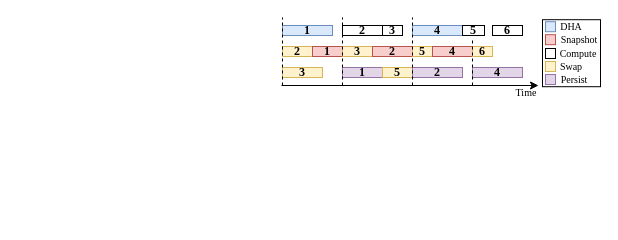
icszhr/NCheck keeps this draw.io diagram as fig/pipeline3.drawio. Above is the earlier version. Source tidied: cells renumbered, new cells numbered last; positions are measured from the earlier drawing's top-left corner, leaving out a move shared by most shapes. Both pictures are drawn from the tidied source at 100%, with x=0, y=0 at pixel (281, 17).
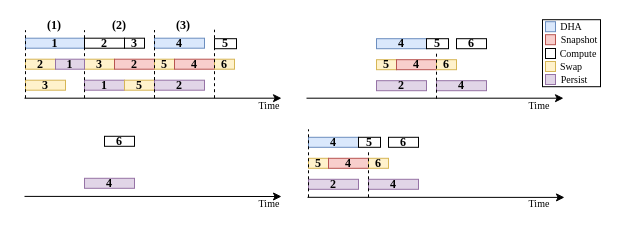
The same diagram, later.

The edit, as a diff of the source:
```diff
@@
     <mxCell id="3" value="1" style="whiteSpace=wrap;fillColor=#dae8fc;fontSize=12;fillStyle=auto;strokeWidth=1;strokeColor=#6c8ebf;fontFamily=Times New Roman;fontStyle=1;" parent="1" vertex="1">
-      <mxGeometry x="1" y="8" width="50" height="10" as="geometry" />
+      <mxGeometry x="-256" y="20.7" width="59" height="10" as="geometry" />
     </mxCell>
-    <mxCell id="4" value="2" style="whiteSpace=wrap;fontSize=12;fontFamily=Times New Roman;fontStyle=1;" parent="1" vertex="1">
-      <mxGeometry x="61" y="8" width="40" height="10" as="geometry" />
-    </mxCell>
-    <mxCell id="5" value="4" style="whiteSpace=wrap;fillColor=#dae8fc;fontSize=12;fontFamily=Times New Roman;fontStyle=1;strokeColor=#6c8ebf;" parent="1" vertex="1">
-      <mxGeometry x="131" y="8" width="50" height="10" as="geometry" />
-    </mxCell>
     <mxCell id="6" value="2" style="whiteSpace=wrap;fillColor=#fff2cc;fontSize=12;fontFamily=Times New Roman;fontStyle=1;strokeColor=#d6b656;" parent="1" vertex="1">
-      <mxGeometry x="1" y="29" width="30" height="10" as="geometry" />
+      <mxGeometry x="-256" y="41.7" width="30" height="10" as="geometry" />
     </mxCell>
-    <mxCell id="7" value="1" style="whiteSpace=wrap;fillColor=#f8cecc;fontSize=12;fontFamily=Times New Roman;fontStyle=1;strokeColor=#b85450;" parent="1" vertex="1">
-      <mxGeometry x="31" y="29" width="30" height="10" as="geometry" />
-    </mxCell>
@@
-    <mxCell id="10" value="3" style="whiteSpace=wrap;fillColor=#fff2cc;fontSize=12;fontFamily=Times New Roman;fontStyle=1;strokeColor=#d6b656;" parent="1" vertex="1">
-      <mxGeometry x="61" y="29" width="30" height="10" as="geometry" />
-    </mxCell>
-    <mxCell id="11" value="1" style="whiteSpace=wrap;fillColor=#e1d5e7;fontSize=12;fontFamily=Times New Roman;fontStyle=1;strokeColor=#9673a6;" parent="1" vertex="1">
-      <mxGeometry x="61" y="50" width="40" height="10" as="geometry" />
-    </mxCell>
-    <mxCell id="12" value="3" style="whiteSpace=wrap;fontSize=12;fontFamily=Times New Roman;fontStyle=1;" parent="1" vertex="1">
-      <mxGeometry x="101" y="8" width="20" height="10" as="geometry" />
-    </mxCell>
-    <mxCell id="13" value="2" style="whiteSpace=wrap;fillColor=#f8cecc;fontSize=12;fontFamily=Times New Roman;fontStyle=1;strokeColor=#b85450;" parent="1" vertex="1">
-      <mxGeometry x="91" y="29" width="40" height="10" as="geometry" />
-    </mxCell>
@@
-    <mxCell id="16" value="5" style="whiteSpace=wrap;fillColor=#fff2cc;fontSize=12;fontFamily=Times New Roman;fontStyle=1;strokeColor=#d6b656;" parent="1" vertex="1">
-      <mxGeometry x="101" y="50" width="30" height="10" as="geometry" />
-    </mxCell>
     <mxCell id="17" value="3" style="whiteSpace=wrap;fillColor=#fff2cc;fontSize=12;fontFamily=Times New Roman;fontStyle=1;strokeColor=#d6b656;" parent="1" vertex="1">
-      <mxGeometry x="1" y="50" width="40" height="10" as="geometry" />
+      <mxGeometry x="-256" y="62.7" width="40" height="10" as="geometry" />
     </mxCell>
-    <mxCell id="18" value="2" style="whiteSpace=wrap;fillColor=#e1d5e7;fontSize=12;fontFamily=Times New Roman;fontStyle=1;strokeColor=#9673a6;" parent="1" vertex="1">
-      <mxGeometry x="131" y="50" width="50" height="10" as="geometry" />
-    </mxCell>
-    <mxCell id="19" value="5" style="whiteSpace=wrap;fillColor=#fff2cc;fontSize=12;fontFamily=Times New Roman;fontStyle=1;strokeColor=#d6b656;" parent="1" vertex="1">
-      <mxGeometry x="131" y="29" width="20" height="10" as="geometry" />
-    </mxCell>
-    <mxCell id="20" value="4" style="whiteSpace=wrap;fillColor=#f8cecc;fontSize=12;fontFamily=Times New Roman;fontStyle=1;strokeColor=#b85450;" parent="1" vertex="1">
-      <mxGeometry x="151" y="29" width="40" height="10" as="geometry" />
-    </mxCell>
     <mxCell id="21" style="endArrow=classic;html=1;rounded=0;" parent="1" edge="1">
       <mxGeometry relative="1" as="geometry">
-        <mxPoint y="68" as="sourcePoint" />
-        <mxPoint x="257" y="68" as="targetPoint" />
+        <mxPoint x="-257" y="80.7" as="sourcePoint" />
+        <mxPoint y="80.7" as="targetPoint" />
       </mxGeometry>
     </mxCell>
     <mxCell id="22" value="&lt;p style=&quot;line-height: 100%;&quot;&gt;&lt;font style=&quot;font-size: 10px;&quot;&gt;Time&lt;/font&gt;&lt;/p&gt;" style="text;html=1;align=center;verticalAlign=middle;whiteSpace=wrap;rounded=0;fontFamily=Times New Roman;" parent="1" vertex="1">
-      <mxGeometry x="220" y="70.2" width="50" height="10" as="geometry" />
+      <mxGeometry x="-37" y="83" width="50" height="10" as="geometry" />
     </mxCell>
@@
-    <mxCell id="29" style="endArrow=none;html=1;rounded=0;dashed=1;" parent="1" edge="1">
-      <mxGeometry relative="1" as="geometry">
-        <mxPoint x="61" y="68" as="sourcePoint" />
-        <mxPoint x="61" as="targetPoint" />
-      </mxGeometry>
-    </mxCell>
-    <mxCell id="30" style="endArrow=none;html=1;rounded=0;dashed=1;" parent="1" edge="1">
-      <mxGeometry relative="1" as="geometry">
-        <mxPoint x="131" y="68" as="sourcePoint" />
-        <mxPoint x="131" as="targetPoint" />
-      </mxGeometry>
-    </mxCell>
-    <mxCell id="31" value="4" style="whiteSpace=wrap;fillColor=#e1d5e7;fontSize=12;fontFamily=Times New Roman;fontStyle=1;strokeColor=#9673a6;" parent="1" vertex="1">
-      <mxGeometry x="191" y="50" width="50" height="10" as="geometry" />
-    </mxCell>
-    <mxCell id="32" value="5" style="whiteSpace=wrap;fontSize=12;fontFamily=Times New Roman;fontStyle=1;" parent="1" vertex="1">
-      <mxGeometry x="181" y="8" width="22" height="10" as="geometry" />
-    </mxCell>
-    <mxCell id="33" value="6" style="whiteSpace=wrap;fillColor=#fff2cc;fontSize=12;fontFamily=Times New Roman;fontStyle=1;strokeColor=#d6b656;" parent="1" vertex="1">
-      <mxGeometry x="191" y="29" width="20" height="10" as="geometry" />
-    </mxCell>
-    <mxCell id="34" value="6" style="whiteSpace=wrap;fontSize=12;fontFamily=Times New Roman;fontStyle=1;" parent="1" vertex="1">
-      <mxGeometry x="211" y="8" width="30" height="10" as="geometry" />
-    </mxCell>
-    <mxCell id="35" style="endArrow=none;html=1;rounded=0;dashed=1;" parent="1" edge="1">
-      <mxGeometry relative="1" as="geometry">
-        <mxPoint x="191" y="68" as="sourcePoint" />
-        <mxPoint x="191" y="23" as="targetPoint" />
-      </mxGeometry>
-    </mxCell>
     <mxCell id="36" style="endArrow=none;html=1;rounded=0;dashed=1;" parent="1" edge="1">
       <mxGeometry relative="1" as="geometry">
-        <mxPoint x="1" y="68" as="sourcePoint" />
-        <mxPoint x="1" as="targetPoint" />
+        <mxPoint x="-256" y="80.7" as="sourcePoint" />
+        <mxPoint x="-256" y="12.7" as="targetPoint" />
       </mxGeometry>
     </mxCell>
+    <mxCell id="4" value="2" style="whiteSpace=wrap;fontSize=12;fontFamily=Times New Roman;fontStyle=1;" parent="1" vertex="1">
+      <mxGeometry x="-197" y="20.7" width="40" height="10" as="geometry" />
+    </mxCell>
+    <mxCell id="37" value="4" style="whiteSpace=wrap;fillColor=#dae8fc;fontSize=12;fontFamily=Times New Roman;fontStyle=1;strokeColor=#6c8ebf;" parent="1" vertex="1">
+      <mxGeometry x="95" y="21.2" width="50" height="10" as="geometry" />
+    </mxCell>
+    <mxCell id="10" value="3" style="whiteSpace=wrap;fillColor=#fff2cc;fontSize=12;fontFamily=Times New Roman;fontStyle=1;strokeColor=#d6b656;" parent="1" vertex="1">
+      <mxGeometry x="-197" y="41.7" width="30" height="10" as="geometry" />
+    </mxCell>
+    <mxCell id="38" value="1" style="whiteSpace=wrap;fillColor=#e1d5e7;fontSize=12;fontFamily=Times New Roman;fontStyle=1;strokeColor=#9673a6;" parent="1" vertex="1">
+      <mxGeometry x="-197" y="62.7" width="40" height="10" as="geometry" />
+    </mxCell>
+    <mxCell id="12" value="3" style="whiteSpace=wrap;fontSize=12;fontFamily=Times New Roman;fontStyle=1;" parent="1" vertex="1">
+      <mxGeometry x="-157" y="20.7" width="20" height="10" as="geometry" />
+    </mxCell>
+    <mxCell id="13" value="2" style="whiteSpace=wrap;fillColor=#f8cecc;fontSize=12;fontFamily=Times New Roman;fontStyle=1;strokeColor=#b85450;" parent="1" vertex="1">
+      <mxGeometry x="-167" y="41.7" width="40" height="10" as="geometry" />
+    </mxCell>
+    <mxCell id="39" value="5" style="whiteSpace=wrap;fillColor=#fff2cc;fontSize=12;fontFamily=Times New Roman;fontStyle=1;strokeColor=#d6b656;" parent="1" vertex="1">
+      <mxGeometry x="-157" y="62.7" width="30" height="10" as="geometry" />
+    </mxCell>
+    <mxCell id="40" value="2" style="whiteSpace=wrap;fillColor=#e1d5e7;fontSize=12;fontFamily=Times New Roman;fontStyle=1;strokeColor=#9673a6;" parent="1" vertex="1">
+      <mxGeometry x="95" y="63.2" width="50" height="10" as="geometry" />
+    </mxCell>
+    <mxCell id="41" value="5" style="whiteSpace=wrap;fillColor=#fff2cc;fontSize=12;fontFamily=Times New Roman;fontStyle=1;strokeColor=#d6b656;" parent="1" vertex="1">
+      <mxGeometry x="95" y="42.2" width="20" height="10" as="geometry" />
+    </mxCell>
+    <mxCell id="42" value="4" style="whiteSpace=wrap;fillColor=#f8cecc;fontSize=12;fontFamily=Times New Roman;fontStyle=1;strokeColor=#b85450;" parent="1" vertex="1">
+      <mxGeometry x="115" y="42.2" width="40" height="10" as="geometry" />
+    </mxCell>
+    <mxCell id="43" style="endArrow=none;html=1;rounded=0;dashed=1;" parent="1" edge="1">
+      <mxGeometry relative="1" as="geometry">
+        <mxPoint x="-197" y="80.7" as="sourcePoint" />
+        <mxPoint x="-197" y="12.7" as="targetPoint" />
+      </mxGeometry>
+    </mxCell>
+    <mxCell id="44" style="endArrow=none;html=1;rounded=0;dashed=1;" parent="1" edge="1">
+      <mxGeometry relative="1" as="geometry">
+        <mxPoint x="-127" y="80.7" as="sourcePoint" />
+        <mxPoint x="-127" y="12.7" as="targetPoint" />
+      </mxGeometry>
+    </mxCell>
+    <mxCell id="45" value="4" style="whiteSpace=wrap;fillColor=#e1d5e7;fontSize=12;fontFamily=Times New Roman;fontStyle=1;strokeColor=#9673a6;" parent="1" vertex="1">
+      <mxGeometry x="155" y="63.2" width="50" height="10" as="geometry" />
+    </mxCell>
+    <mxCell id="46" value="5" style="whiteSpace=wrap;fontSize=12;fontFamily=Times New Roman;fontStyle=1;" parent="1" vertex="1">
+      <mxGeometry x="145" y="21.2" width="22" height="10" as="geometry" />
+    </mxCell>
+    <mxCell id="47" value="6" style="whiteSpace=wrap;fillColor=#fff2cc;fontSize=12;fontFamily=Times New Roman;fontStyle=1;strokeColor=#d6b656;" parent="1" vertex="1">
+      <mxGeometry x="155" y="42.2" width="20" height="10" as="geometry" />
+    </mxCell>
+    <mxCell id="48" value="6" style="whiteSpace=wrap;fontSize=12;fontFamily=Times New Roman;fontStyle=1;" parent="1" vertex="1">
+      <mxGeometry x="175" y="21.2" width="30" height="10" as="geometry" />
+    </mxCell>
+    <mxCell id="49" style="endArrow=none;html=1;rounded=0;dashed=1;" parent="1" edge="1">
+      <mxGeometry relative="1" as="geometry">
+        <mxPoint x="155" y="81.2" as="sourcePoint" />
+        <mxPoint x="155" y="36.2" as="targetPoint" />
+      </mxGeometry>
+    </mxCell>
+    <mxCell id="50" style="endArrow=classic;html=1;rounded=0;" parent="1" edge="1">
+      <mxGeometry relative="1" as="geometry">
+        <mxPoint x="-257" y="178.9" as="sourcePoint" />
+        <mxPoint y="179" as="targetPoint" />
+      </mxGeometry>
+    </mxCell>
+    <mxCell id="51" value="&lt;p style=&quot;line-height: 100%;&quot;&gt;&lt;font style=&quot;font-size: 10px;&quot;&gt;Time&lt;/font&gt;&lt;/p&gt;" style="text;html=1;align=center;verticalAlign=middle;whiteSpace=wrap;rounded=0;fontFamily=Times New Roman;" parent="1" vertex="1">
+      <mxGeometry x="-37" y="181.2" width="50" height="10" as="geometry" />
+    </mxCell>
+    <mxCell id="52" value="4" style="whiteSpace=wrap;fillColor=#dae8fc;fontSize=12;fontFamily=Times New Roman;fontStyle=1;strokeColor=#6c8ebf;" parent="1" vertex="1">
+      <mxGeometry x="-127" y="20.7" width="50" height="10" as="geometry" />
+    </mxCell>
+    <mxCell id="53" value="2" style="whiteSpace=wrap;fillColor=#e1d5e7;fontSize=12;fontFamily=Times New Roman;fontStyle=1;strokeColor=#9673a6;" parent="1" vertex="1">
+      <mxGeometry x="-127" y="62.7" width="50" height="10" as="geometry" />
+    </mxCell>
+    <mxCell id="54" value="5" style="whiteSpace=wrap;fillColor=#fff2cc;fontSize=12;fontFamily=Times New Roman;fontStyle=1;strokeColor=#d6b656;" parent="1" vertex="1">
+      <mxGeometry x="-127" y="41.7" width="20" height="10" as="geometry" />
+    </mxCell>
+    <mxCell id="55" value="4" style="whiteSpace=wrap;fillColor=#f8cecc;fontSize=12;fontFamily=Times New Roman;fontStyle=1;strokeColor=#b85450;" parent="1" vertex="1">
+      <mxGeometry x="-107" y="41.7" width="40" height="10" as="geometry" />
+    </mxCell>
+    <mxCell id="56" value="&lt;p style=&quot;line-height: 100%;&quot;&gt;&lt;font style=&quot;font-size: 10px;&quot;&gt;Time&lt;/font&gt;&lt;/p&gt;" style="text;html=1;align=center;verticalAlign=middle;whiteSpace=wrap;rounded=0;fontFamily=Times New Roman;" parent="1" vertex="1">
+      <mxGeometry x="233" y="83" width="50" height="10" as="geometry" />
+    </mxCell>
+    <mxCell id="57" style="endArrow=none;html=1;rounded=0;dashed=1;" parent="1" edge="1">
+      <mxGeometry relative="1" as="geometry">
+        <mxPoint x="-127" y="80.7" as="sourcePoint" />
+        <mxPoint x="-127" y="12.7" as="targetPoint" />
+      </mxGeometry>
+    </mxCell>
+    <mxCell id="58" value="4" style="whiteSpace=wrap;fillColor=#e1d5e7;fontSize=12;fontFamily=Times New Roman;fontStyle=1;strokeColor=#9673a6;" parent="1" vertex="1">
+      <mxGeometry x="-197" y="160.8" width="50" height="10" as="geometry" />
+    </mxCell>
+    <mxCell id="59" value="5" style="whiteSpace=wrap;fontSize=12;fontFamily=Times New Roman;fontStyle=1;" parent="1" vertex="1">
+      <mxGeometry x="-67" y="21.2" width="22" height="10" as="geometry" />
+    </mxCell>
+    <mxCell id="60" value="6" style="whiteSpace=wrap;fillColor=#fff2cc;fontSize=12;fontFamily=Times New Roman;fontStyle=1;strokeColor=#d6b656;" parent="1" vertex="1">
+      <mxGeometry x="-67" y="41.7" width="20" height="10" as="geometry" />
+    </mxCell>
+    <mxCell id="61" value="6" style="whiteSpace=wrap;fontSize=12;fontFamily=Times New Roman;fontStyle=1;" parent="1" vertex="1">
+      <mxGeometry x="-177" y="118.8" width="30" height="10" as="geometry" />
+    </mxCell>
+    <mxCell id="62" style="endArrow=none;html=1;rounded=0;dashed=1;" parent="1" edge="1">
+      <mxGeometry relative="1" as="geometry">
+        <mxPoint x="-67" y="80.7" as="sourcePoint" />
+        <mxPoint x="-67" y="12.2" as="targetPoint" />
+      </mxGeometry>
+    </mxCell>
+    <mxCell id="63" style="endArrow=classic;html=1;rounded=0;" parent="1" edge="1">
+      <mxGeometry relative="1" as="geometry">
+        <mxPoint x="25" y="80.7" as="sourcePoint" />
+        <mxPoint x="282" y="80.7" as="targetPoint" />
+      </mxGeometry>
+    </mxCell>
+    <mxCell id="64" value="4" style="whiteSpace=wrap;fillColor=#dae8fc;fontSize=12;fontFamily=Times New Roman;fontStyle=1;strokeColor=#6c8ebf;" parent="1" vertex="1">
+      <mxGeometry x="27" y="119.8" width="50" height="10" as="geometry" />
+    </mxCell>
+    <mxCell id="65" value="2" style="whiteSpace=wrap;fillColor=#e1d5e7;fontSize=12;fontFamily=Times New Roman;fontStyle=1;strokeColor=#9673a6;" parent="1" vertex="1">
+      <mxGeometry x="27" y="161.8" width="50" height="10" as="geometry" />
+    </mxCell>
+    <mxCell id="66" value="5" style="whiteSpace=wrap;fillColor=#fff2cc;fontSize=12;fontFamily=Times New Roman;fontStyle=1;strokeColor=#d6b656;" parent="1" vertex="1">
+      <mxGeometry x="27" y="140.8" width="20" height="10" as="geometry" />
+    </mxCell>
+    <mxCell id="67" value="4" style="whiteSpace=wrap;fillColor=#f8cecc;fontSize=12;fontFamily=Times New Roman;fontStyle=1;strokeColor=#b85450;" parent="1" vertex="1">
+      <mxGeometry x="47" y="140.8" width="40" height="10" as="geometry" />
+    </mxCell>
+    <mxCell id="68" value="&lt;p style=&quot;line-height: 100%;&quot;&gt;&lt;font style=&quot;font-size: 10px;&quot;&gt;Time&lt;/font&gt;&lt;/p&gt;" style="text;html=1;align=center;verticalAlign=middle;whiteSpace=wrap;rounded=0;fontFamily=Times New Roman;" parent="1" vertex="1">
+      <mxGeometry x="233" y="181.2" width="50" height="10" as="geometry" />
+    </mxCell>
+    <mxCell id="69" style="endArrow=none;html=1;rounded=0;dashed=1;" parent="1" edge="1">
+      <mxGeometry relative="1" as="geometry">
+        <mxPoint x="27" y="179.8" as="sourcePoint" />
+        <mxPoint x="27" y="111.8" as="targetPoint" />
+      </mxGeometry>
+    </mxCell>
+    <mxCell id="70" value="4" style="whiteSpace=wrap;fillColor=#e1d5e7;fontSize=12;fontFamily=Times New Roman;fontStyle=1;strokeColor=#9673a6;" parent="1" vertex="1">
+      <mxGeometry x="87" y="161.8" width="50" height="10" as="geometry" />
+    </mxCell>
+    <mxCell id="71" value="5" style="whiteSpace=wrap;fontSize=12;fontFamily=Times New Roman;fontStyle=1;" parent="1" vertex="1">
+      <mxGeometry x="77" y="119.8" width="22" height="10" as="geometry" />
+    </mxCell>
+    <mxCell id="72" value="6" style="whiteSpace=wrap;fillColor=#fff2cc;fontSize=12;fontFamily=Times New Roman;fontStyle=1;strokeColor=#d6b656;" parent="1" vertex="1">
+      <mxGeometry x="87" y="140.8" width="20" height="10" as="geometry" />
+    </mxCell>
+    <mxCell id="73" value="6" style="whiteSpace=wrap;fontSize=12;fontFamily=Times New Roman;fontStyle=1;" parent="1" vertex="1">
+      <mxGeometry x="107" y="119.8" width="30" height="10" as="geometry" />
+    </mxCell>
+    <mxCell id="74" style="endArrow=none;html=1;rounded=0;dashed=1;" parent="1" edge="1">
+      <mxGeometry relative="1" as="geometry">
+        <mxPoint x="87" y="179.8" as="sourcePoint" />
+        <mxPoint x="87" y="134.8" as="targetPoint" />
+      </mxGeometry>
+    </mxCell>
+    <mxCell id="75" style="endArrow=classic;html=1;rounded=0;" parent="1" edge="1">
+      <mxGeometry relative="1" as="geometry">
+        <mxPoint x="26" y="179.8" as="sourcePoint" />
+        <mxPoint x="283" y="179.9" as="targetPoint" />
+      </mxGeometry>
+    </mxCell>
+    <mxCell id="76" value="1" style="whiteSpace=wrap;fillColor=#e1d5e7;fontSize=12;fontFamily=Times New Roman;fontStyle=1;strokeColor=#9673a6;" parent="1" vertex="1">
+      <mxGeometry x="-226" y="41.7" width="29" height="10" as="geometry" />
+    </mxCell>
+    <mxCell id="77" value="&lt;font face=&quot;Times New Roman&quot;&gt;&lt;b&gt;(1)&lt;/b&gt;&lt;/font&gt;" style="text;html=1;align=center;verticalAlign=middle;whiteSpace=wrap;rounded=0;" parent="1" vertex="1">
+      <mxGeometry x="-236" y="2.2" width="18" height="12" as="geometry" />
+    </mxCell>
+    <mxCell id="78" value="&lt;font face=&quot;Times New Roman&quot;&gt;&lt;b&gt;(2)&lt;/b&gt;&lt;/font&gt;" style="text;html=1;align=center;verticalAlign=middle;whiteSpace=wrap;rounded=0;" parent="1" vertex="1">
+      <mxGeometry x="-171" y="2.2" width="18" height="12" as="geometry" />
+    </mxCell>
+    <mxCell id="79" value="&lt;font face=&quot;Times New Roman&quot;&gt;&lt;b&gt;(3)&lt;/b&gt;&lt;/font&gt;" style="text;html=1;align=center;verticalAlign=middle;whiteSpace=wrap;rounded=0;" parent="1" vertex="1">
+      <mxGeometry x="-107" y="2.2" width="18" height="12" as="geometry" />
+    </mxCell>
```
